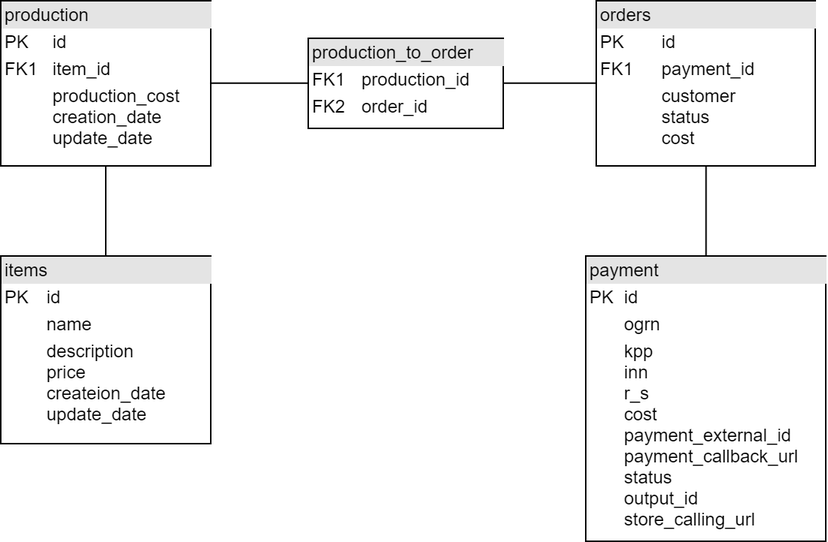
Before: ms-supplier-db/models/Logical.png, a diagram exported from draw.io (SergeiRussov/rd-epam-java-2020-supplier). Source tidied: cells renumbered, new cells last; positions are measured from the earlier drawing's top-left corner, leaving out a move shared by most shapes.
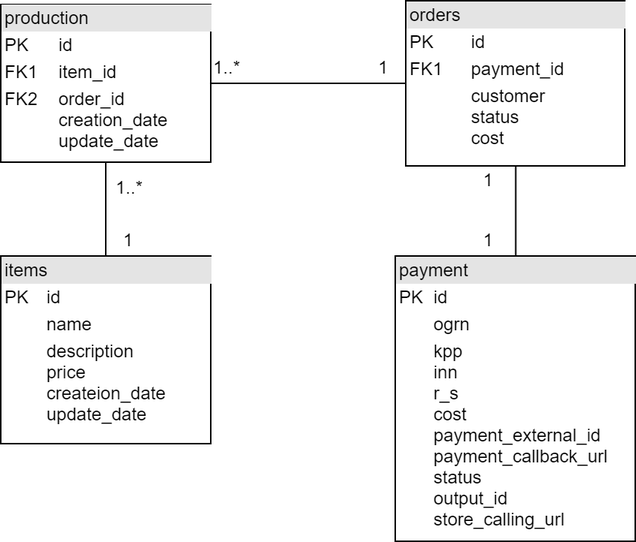
After the commit.

Commit message:
Fix RDBMS models 2.0

What changed in the source:
```diff
@@ -2,11 +2,11 @@
   <root>
     <mxCell id="0" />
     <mxCell id="1" parent="0" />
-    <mxCell id="2" style="edgeStyle=orthogonalEdgeStyle;rounded=0;jettySize=auto;html=1;endArrow=none;endFill=0;fontSize=12;" parent="1" edge="1" source="3" target="10">
+    <mxCell id="2" style="edgeStyle=orthogonalEdgeStyle;rounded=0;jettySize=auto;html=1;endArrow=none;endFill=0;fontSize=12;" parent="1" edge="1" source="3" target="8">
       <mxGeometry relative="1" as="geometry" />
     </mxCell>
-    <mxCell id="3" value="&lt;div style=&quot;box-sizing: border-box ; width: 100% ; background: #e4e4e4 ; padding: 2px&quot;&gt;production&lt;/div&gt;&lt;table style=&quot;width: 100% ; font-size: 1em&quot; cellpadding=&quot;2&quot; cellspacing=&quot;0&quot;&gt;&lt;tbody&gt;&lt;tr&gt;&lt;td&gt;PK&lt;/td&gt;&lt;td&gt;id&lt;/td&gt;&lt;/tr&gt;&lt;tr&gt;&lt;td&gt;FK1&lt;/td&gt;&lt;td&gt;item_id&lt;/td&gt;&lt;/tr&gt;&lt;tr&gt;&lt;td&gt;&lt;/td&gt;&lt;td&gt;production_cost&lt;br&gt;creation_date&lt;br&gt;update_date&lt;/td&gt;&lt;/tr&gt;&lt;/tbody&gt;&lt;/table&gt;" style="verticalAlign=top;align=left;overflow=fill;html=1;fontSize=12;" parent="1" vertex="1">
-      <mxGeometry width="140" height="110" as="geometry" />
+    <mxCell id="3" value="&lt;div style=&quot;box-sizing: border-box ; width: 100% ; background: #e4e4e4 ; padding: 2px&quot;&gt;production&lt;/div&gt;&lt;table style=&quot;width: 100% ; font-size: 1em&quot; cellpadding=&quot;2&quot; cellspacing=&quot;0&quot;&gt;&lt;tbody&gt;&lt;tr&gt;&lt;td&gt;PK&lt;/td&gt;&lt;td&gt;id&lt;/td&gt;&lt;/tr&gt;&lt;tr&gt;&lt;td&gt;FK1&lt;/td&gt;&lt;td&gt;item_id&lt;/td&gt;&lt;/tr&gt;&lt;tr&gt;&lt;td&gt;FK2&lt;br&gt;&lt;br&gt;&lt;br&gt;&lt;/td&gt;&lt;td&gt;order_id&lt;br&gt;creation_date&lt;br&gt;update_date&lt;/td&gt;&lt;/tr&gt;&lt;/tbody&gt;&lt;/table&gt;" style="verticalAlign=top;align=left;overflow=fill;html=1;fontSize=12;" parent="1" vertex="1">
+      <mxGeometry y="2.5" width="140" height="105" as="geometry" />
     </mxCell>
     <mxCell id="4" style="edgeStyle=orthogonalEdgeStyle;rounded=0;jettySize=auto;html=1;fontSize=12;endArrow=none;endFill=0;" parent="1" edge="1" source="5" target="3">
       <mxGeometry relative="1" as="geometry" />
@@ -15,19 +15,31 @@
       <mxGeometry y="170" width="140" height="125" as="geometry" />
     </mxCell>
     <mxCell id="6" value="&lt;div style=&quot;box-sizing: border-box ; width: 100% ; background: #e4e4e4 ; padding: 2px&quot;&gt;payment&lt;/div&gt;&lt;table style=&quot;width: 100% ; font-size: 1em&quot; cellpadding=&quot;2&quot; cellspacing=&quot;0&quot;&gt;&lt;tbody&gt;&lt;tr&gt;&lt;td&gt;PK&lt;/td&gt;&lt;td&gt;id&lt;/td&gt;&lt;/tr&gt;&lt;tr&gt;&lt;td&gt;&lt;br&gt;&lt;/td&gt;&lt;td&gt;ogrn&lt;/td&gt;&lt;/tr&gt;&lt;tr&gt;&lt;td&gt;&lt;/td&gt;&lt;td&gt;kpp&lt;br&gt;inn&lt;br&gt;r_s&lt;br&gt;cost&lt;br&gt;payment_external_id&lt;br&gt;payment_callback_url&lt;br&gt;status&lt;br&gt;output_id&lt;br&gt;store_calling_url&lt;/td&gt;&lt;/tr&gt;&lt;/tbody&gt;&lt;/table&gt;" style="verticalAlign=top;align=left;overflow=fill;html=1;fontSize=12;noLabel=0;portConstraintRotation=0;" parent="1" vertex="1">
-      <mxGeometry x="390" y="170" width="160" height="190" as="geometry" />
+      <mxGeometry x="263" y="170" width="160" height="190" as="geometry" />
     </mxCell>
     <mxCell id="7" style="edgeStyle=orthogonalEdgeStyle;rounded=0;jettySize=auto;html=1;fontSize=12;endArrow=none;endFill=0;" parent="1" edge="1" source="8" target="6">
       <mxGeometry relative="1" as="geometry" />
     </mxCell>
     <mxCell id="8" value="&lt;div style=&quot;box-sizing: border-box ; width: 100% ; background: #e4e4e4 ; padding: 2px&quot;&gt;orders&lt;/div&gt;&lt;table style=&quot;width: 100% ; font-size: 1em&quot; cellpadding=&quot;2&quot; cellspacing=&quot;0&quot;&gt;&lt;tbody&gt;&lt;tr&gt;&lt;td&gt;PK&lt;/td&gt;&lt;td&gt;id&lt;/td&gt;&lt;/tr&gt;&lt;tr&gt;&lt;td&gt;FK1&lt;/td&gt;&lt;td&gt;payment_id&lt;/td&gt;&lt;/tr&gt;&lt;tr&gt;&lt;td&gt;&lt;/td&gt;&lt;td&gt;customer&lt;br&gt;status&lt;br&gt;cost&lt;br&gt;&lt;br&gt;&lt;/td&gt;&lt;/tr&gt;&lt;/tbody&gt;&lt;/table&gt;" style="verticalAlign=top;align=left;overflow=fill;html=1;fontSize=12;" parent="1" vertex="1">
-      <mxGeometry x="397" width="146" height="110" as="geometry" />
+      <mxGeometry x="270" width="146" height="110" as="geometry" />
     </mxCell>
-    <mxCell id="9" style="edgeStyle=orthogonalEdgeStyle;rounded=0;jettySize=auto;html=1;endArrow=none;endFill=0;fontSize=12;" parent="1" edge="1" source="10" target="8">
-      <mxGeometry relative="1" as="geometry" />
-    </mxCell>
-    <mxCell id="10" value="&lt;div style=&quot;box-sizing: border-box ; width: 100% ; background: #e4e4e4 ; padding: 2px&quot;&gt;production_to_order&lt;/div&gt;&lt;table style=&quot;width: 100% ; font-size: 1em&quot; cellpadding=&quot;2&quot; cellspacing=&quot;0&quot;&gt;&lt;tbody&gt;&lt;tr&gt;&lt;td&gt;FK1&lt;/td&gt;&lt;td&gt;production_id&lt;/td&gt;&lt;/tr&gt;&lt;tr&gt;&lt;td&gt;FK2&lt;/td&gt;&lt;td&gt;order_id&lt;/td&gt;&lt;/tr&gt;&lt;tr&gt;&lt;td&gt;&lt;/td&gt;&lt;td&gt;&lt;br&gt;&lt;/td&gt;&lt;/tr&gt;&lt;/tbody&gt;&lt;/table&gt;" style="verticalAlign=top;align=left;overflow=fill;html=1;fontSize=12;" parent="1" vertex="1">
-      <mxGeometry x="205" y="25" width="130" height="60" as="geometry" />
-    </mxCell>
+    <mxCell id="11" value="1" style="text;html=1;align=left;verticalAlign=top;spacingTop=-4;" parent="1" vertex="1">
+      <mxGeometry x="80" y="150" width="20" height="20" as="geometry" />
+    </mxCell>
+    <mxCell id="12" value="1..*" style="text;html=1;align=left;verticalAlign=top;spacingTop=-4;" parent="1" vertex="1">
+      <mxGeometry x="140" y="35" width="30" height="20" as="geometry" />
+    </mxCell>
+    <mxCell id="13" value="1" style="text;html=1;align=left;verticalAlign=top;spacingTop=-4;" parent="1" vertex="1">
+      <mxGeometry x="250" y="35" width="20" height="20" as="geometry" />
+    </mxCell>
+    <mxCell id="14" value="1..*" style="text;html=1;align=left;verticalAlign=top;spacingTop=-4;" parent="1" vertex="1">
+      <mxGeometry x="75" y="115" width="30" height="20" as="geometry" />
+    </mxCell>
+    <mxCell id="15" value="1" style="text;html=1;align=left;verticalAlign=top;spacingTop=-4;" parent="1" vertex="1">
+      <mxGeometry x="320" y="110" width="20" height="20" as="geometry" />
+    </mxCell>
+    <mxCell id="16" value="1" style="text;html=1;align=left;verticalAlign=top;spacingTop=-4;" parent="1" vertex="1">
+      <mxGeometry x="320" y="150" width="20" height="20" as="geometry" />
+    </mxCell>
   </root>
 </mxGraphModel>
```
